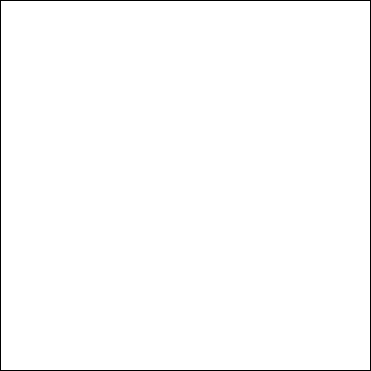
This is zicbox.drawio.png from apiel/zicBox, a draw.io export, as it was before one commit. Source tidied: cells renumbered, new cells last; positions are measured from the earlier drawing's top-left corner, leaving out a move shared by most shapes.
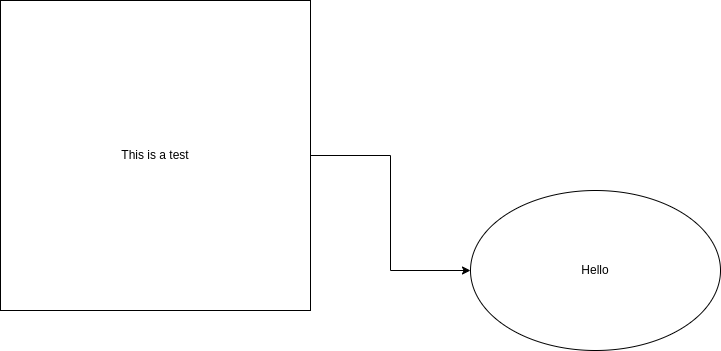
The same file after the commit.

Change to the diagram source:
```diff
@@ -2,8 +2,14 @@
   <root>
     <mxCell id="0" />
     <mxCell id="1" parent="0" />
+    <mxCell id="3" style="edgeStyle=orthogonalEdgeStyle;rounded=0;jettySize=auto;html=1;entryX=0;entryY=0.5;entryDx=0;entryDy=0;" parent="1" edge="1" source="2" target="4">
+      <mxGeometry relative="1" as="geometry" />
+    </mxCell>
-    <mxCell id="2" style="whiteSpace=wrap;html=1;" parent="1" vertex="1">
-      <mxGeometry width="370" height="370" as="geometry" />
+    <mxCell id="2" value="This is a test" style="whiteSpace=wrap;html=1;" parent="1" vertex="1">
+      <mxGeometry width="310" height="310" as="geometry" />
     </mxCell>
+    <mxCell id="4" value="Hello" style="ellipse;whiteSpace=wrap;html=1;" parent="1" vertex="1">
+      <mxGeometry x="470" y="190" width="250" height="160" as="geometry" />
+    </mxCell>
   </root>
 </mxGraphModel>
```
